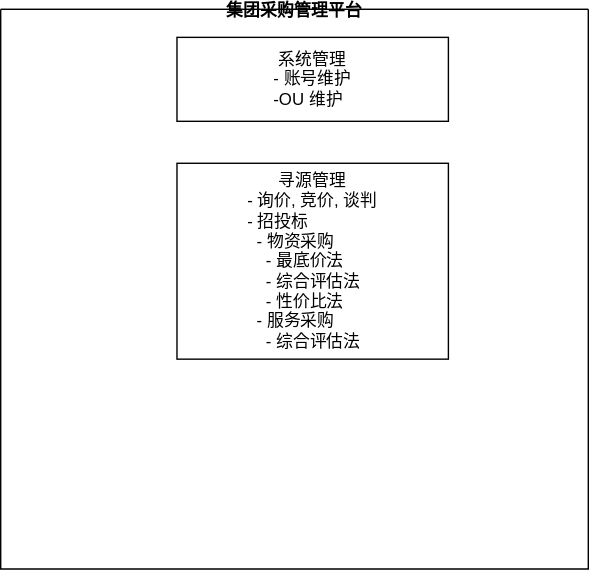
Earlier version of the draw.io export 各类图表/采购平台拓扑图.svg (zhangqizhen315/purchase_payment). Source tidied: cells renumbered, new cells last; positions are measured from the earlier drawing's top-left corner, leaving out a move shared by most shapes.
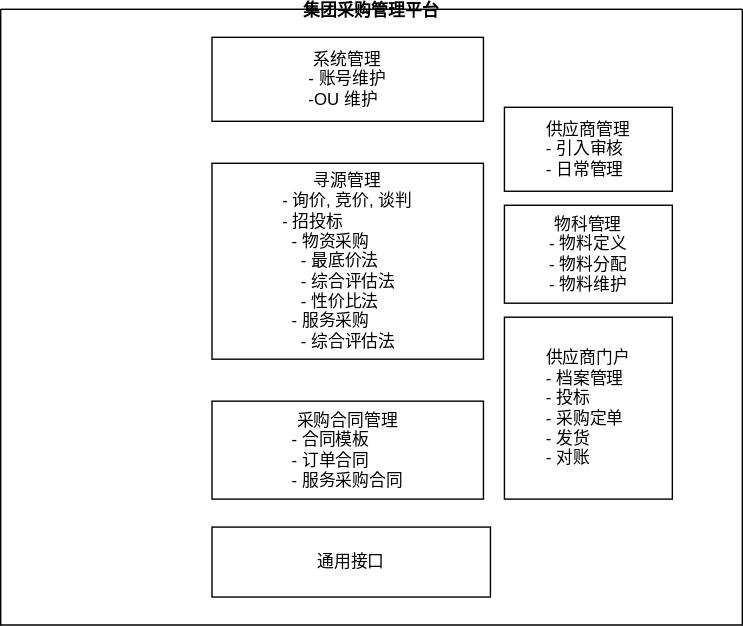
After the commit.

Commit message:
Update 采购平台拓扑图.svg

What changed in the source:
```diff
@@ -3,13 +3,28 @@
     <mxCell id="0" />
     <mxCell id="1" parent="0" />
     <mxCell id="2" value="集团采购管理平台" style="swimlane;startSize=0;" parent="1" vertex="1">
-      <mxGeometry width="420" height="400" as="geometry" />
+      <mxGeometry width="530" height="440" as="geometry" />
     </mxCell>
     <mxCell id="3" value="&lt;div&gt;&lt;span&gt;系统管理&lt;/span&gt;&lt;/div&gt;&lt;div style=&quot;text-align: left&quot;&gt;&lt;span&gt;- 账号维护&lt;/span&gt;&lt;/div&gt;&lt;div style=&quot;text-align: left&quot;&gt;&lt;span&gt;-OU 维护&lt;/span&gt;&lt;/div&gt;" style="rounded=0;whiteSpace=wrap;html=1;align=center;" parent="2" vertex="1">
-      <mxGeometry x="126" y="20" width="194" height="60" as="geometry" />
+      <mxGeometry x="151" y="20" width="194" height="60" as="geometry" />
     </mxCell>
     <mxCell id="4" value="寻源管理&lt;br&gt;&lt;div style=&quot;text-align: left&quot;&gt;&lt;span&gt;- 询价, 竞价, 谈判&lt;/span&gt;&lt;/div&gt;&lt;div style=&quot;text-align: left&quot;&gt;&lt;span&gt;- 招投标&lt;/span&gt;&lt;/div&gt;&lt;div style=&quot;text-align: left&quot;&gt;&lt;span&gt;&amp;nbsp; - 物资采购&lt;/span&gt;&lt;/div&gt;&lt;div style=&quot;text-align: left&quot;&gt;&lt;span&gt;&amp;nbsp; &amp;nbsp; - 最底价法&lt;/span&gt;&lt;/div&gt;&lt;div style=&quot;text-align: left&quot;&gt;&lt;span&gt;&amp;nbsp; &amp;nbsp; - 综合评估法&lt;/span&gt;&lt;/div&gt;&lt;div style=&quot;text-align: left&quot;&gt;&lt;span&gt;&amp;nbsp; &amp;nbsp; - 性价比法&lt;/span&gt;&lt;/div&gt;&lt;div style=&quot;text-align: left&quot;&gt;&lt;span&gt;&amp;nbsp; - 服务采购&lt;/span&gt;&lt;/div&gt;&lt;div style=&quot;text-align: left&quot;&gt;&lt;span&gt;&amp;nbsp; &amp;nbsp; - 综合评估法&lt;/span&gt;&lt;/div&gt;" style="rounded=0;whiteSpace=wrap;html=1;" parent="2" vertex="1">
-      <mxGeometry x="126" y="110" width="194" height="140" as="geometry" />
+      <mxGeometry x="151" y="110" width="194" height="140" as="geometry" />
     </mxCell>
+    <mxCell id="5" value="采购合同管理&lt;br&gt;&lt;div style=&quot;text-align: left&quot;&gt;&lt;span&gt;- 合同模板&lt;/span&gt;&lt;/div&gt;&lt;div style=&quot;text-align: left&quot;&gt;&lt;span&gt;- 订单合同&lt;/span&gt;&lt;/div&gt;&lt;div style=&quot;text-align: left&quot;&gt;&lt;span&gt;- 服务采购合同&lt;/span&gt;&lt;/div&gt;" style="rounded=0;whiteSpace=wrap;html=1;align=center;" parent="2" vertex="1">
+      <mxGeometry x="151" y="280" width="194" height="70" as="geometry" />
+    </mxCell>
+    <mxCell id="6" value="供应商管理&lt;br&gt;&lt;div style=&quot;text-align: left&quot;&gt;&lt;span&gt;- 引入审核&lt;/span&gt;&lt;/div&gt;&lt;div style=&quot;text-align: left&quot;&gt;&lt;span&gt;- 日常管理&lt;/span&gt;&lt;/div&gt;" style="rounded=0;whiteSpace=wrap;html=1;" parent="2" vertex="1">
+      <mxGeometry x="360" y="70" width="120" height="60" as="geometry" />
+    </mxCell>
+    <mxCell id="7" value="物科管理&lt;br&gt;&lt;div style=&quot;text-align: left&quot;&gt;&lt;span&gt;- 物料定义&lt;/span&gt;&lt;/div&gt;&lt;div style=&quot;text-align: left&quot;&gt;&lt;span&gt;- 物料分配&lt;/span&gt;&lt;/div&gt;&lt;div style=&quot;text-align: left&quot;&gt;- 物料维护&lt;/div&gt;" style="rounded=0;whiteSpace=wrap;html=1;" parent="2" vertex="1">
+      <mxGeometry x="360" y="140" width="120" height="70" as="geometry" />
+    </mxCell>
+    <mxCell id="8" value="供应商门户&lt;br&gt;&lt;div style=&quot;text-align: left&quot;&gt;&lt;span&gt;- 档案管理&lt;/span&gt;&lt;/div&gt;&lt;div style=&quot;text-align: left&quot;&gt;&lt;span&gt;- 投标&lt;/span&gt;&lt;/div&gt;&lt;div style=&quot;text-align: left&quot;&gt;&lt;span&gt;- 采购定单&lt;/span&gt;&lt;/div&gt;&lt;div style=&quot;text-align: left&quot;&gt;&lt;span&gt;- 发货&lt;/span&gt;&lt;/div&gt;&lt;div style=&quot;text-align: left&quot;&gt;&lt;span&gt;- 对账&lt;/span&gt;&lt;/div&gt;" style="rounded=0;whiteSpace=wrap;html=1;" parent="2" vertex="1">
+      <mxGeometry x="360" y="220" width="120" height="130" as="geometry" />
+    </mxCell>
+    <mxCell id="9" value="通用接口" style="rounded=0;whiteSpace=wrap;html=1;" parent="2" vertex="1">
+      <mxGeometry x="151" y="370" width="199" height="50" as="geometry" />
+    </mxCell>
   </root>
 </mxGraphModel>
```
